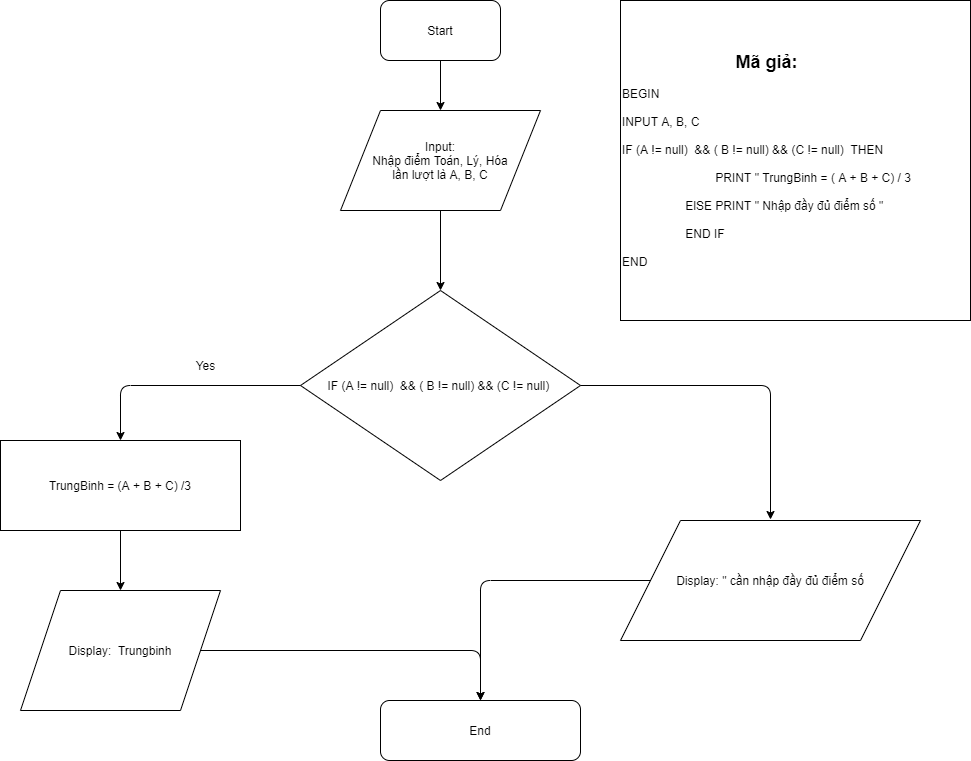
This is Tinh_diem _trung_binh.png from hanayuki1306/C0320G1-NguyenPhiSon-Nhap_Mon_Lap_Trinh, a draw.io export, as it was before one commit. Source tidied: cells renumbered, new cells last; positions are measured from the earlier drawing's top-left corner, leaving out a move shared by most shapes. Source of this version:
```xml
<mxGraphModel background="#ffffff">
  <root>
    <mxCell id="0" />
    <mxCell id="1" parent="0" />
    <mxCell id="2" value="Start" style="rounded=1;whiteSpace=wrap;html=1;" parent="1" vertex="1">
      <mxGeometry x="380" width="120" height="60" as="geometry" />
    </mxCell>
    <mxCell id="3" value="Input:&lt;br&gt;Nhập điểm Toán, Lý, Hóa&lt;br&gt;lần lượt là A, B, C" style="shape=parallelogram;perimeter=parallelogramPerimeter;whiteSpace=wrap;html=1;" parent="1" vertex="1">
      <mxGeometry x="340" y="110" width="200" height="100" as="geometry" />
    </mxCell>
    <mxCell id="4" value="IF (A != null)&amp;nbsp; &amp;amp;&amp;amp; ( B != null) &amp;amp;&amp;amp; (C != null)&amp;nbsp;" style="rhombus;whiteSpace=wrap;html=1;" parent="1" vertex="1">
      <mxGeometry x="300" y="290" width="280" height="190" as="geometry" />
    </mxCell>
    <mxCell id="5" value="Display:&amp;nbsp; Trungbinh" style="shape=parallelogram;perimeter=parallelogramPerimeter;whiteSpace=wrap;html=1;" parent="1" vertex="1">
      <mxGeometry x="20" y="590" width="200" height="120" as="geometry" />
    </mxCell>
    <mxCell id="6" value="Display: &quot; cần nhập đầy đủ điểm số" style="shape=parallelogram;perimeter=parallelogramPerimeter;whiteSpace=wrap;html=1;" parent="1" vertex="1">
      <mxGeometry x="620" y="520" width="300" height="120" as="geometry" />
    </mxCell>
    <mxCell id="7" value="TrungBinh = (A + B + C) /3" style="rounded=0;whiteSpace=wrap;html=1;" parent="1" vertex="1">
      <mxGeometry y="440" width="240" height="90" as="geometry" />
    </mxCell>
    <mxCell id="8" style="endArrow=classic;html=1;exitX=0.5;exitY=1;exitDx=0;exitDy=0;entryX=0.5;entryY=0;entryDx=0;entryDy=0;" parent="1" edge="1" source="2" target="3">
      <mxGeometry relative="1" as="geometry" />
    </mxCell>
    <mxCell id="9" style="endArrow=classic;html=1;exitX=0.5;exitY=1;exitDx=0;exitDy=0;entryX=0.5;entryY=0;entryDx=0;entryDy=0;" parent="1" edge="1" source="3" target="4">
      <mxGeometry relative="1" as="geometry" />
    </mxCell>
    <mxCell id="10" style="endArrow=classic;html=1;exitX=0;exitY=0.5;exitDx=0;exitDy=0;entryX=0.5;entryY=0;entryDx=0;entryDy=0;" parent="1" edge="1" source="4" target="7">
      <mxGeometry relative="1" as="geometry">
        <Array as="points">
          <mxPoint x="120" y="385" />
        </Array>
      </mxGeometry>
    </mxCell>
    <mxCell id="11" value="Yes" style="text;html=1;align=center;verticalAlign=middle;" parent="1" vertex="1">
      <mxGeometry x="185" y="355" width="40" height="20" as="geometry" />
    </mxCell>
    <mxCell id="12" style="endArrow=classic;html=1;exitX=1;exitY=0.5;exitDx=0;exitDy=0;" parent="1" edge="1" source="4">
      <mxGeometry relative="1" as="geometry">
        <mxPoint x="770" y="519" as="targetPoint" />
        <Array as="points">
          <mxPoint x="770" y="385" />
        </Array>
      </mxGeometry>
    </mxCell>
    <mxCell id="13" style="endArrow=classic;html=1;exitX=0.5;exitY=1;exitDx=0;exitDy=0;entryX=0.5;entryY=0;entryDx=0;entryDy=0;" parent="1" edge="1" source="7" target="5">
      <mxGeometry relative="1" as="geometry" />
    </mxCell>
    <mxCell id="14" value="End" style="rounded=1;whiteSpace=wrap;html=1;" parent="1" vertex="1">
      <mxGeometry x="380" y="700" width="200" height="60" as="geometry" />
    </mxCell>
    <mxCell id="15" style="endArrow=classic;html=1;exitX=1;exitY=0.5;exitDx=0;exitDy=0;entryX=0.5;entryY=0;entryDx=0;entryDy=0;" parent="1" edge="1" source="5" target="14">
      <mxGeometry relative="1" as="geometry">
        <Array as="points">
          <mxPoint x="480" y="650" />
        </Array>
      </mxGeometry>
    </mxCell>
    <mxCell id="16" style="endArrow=classic;html=1;exitX=0;exitY=0.5;exitDx=0;exitDy=0;entryX=0.5;entryY=0;entryDx=0;entryDy=0;" parent="1" edge="1" source="6" target="14">
      <mxGeometry relative="1" as="geometry">
        <Array as="points">
          <mxPoint x="480" y="580" />
        </Array>
      </mxGeometry>
    </mxCell>
    <mxCell id="17" value="&lt;div style=&quot;text-align: center&quot;&gt;&lt;span&gt;&lt;b&gt;&lt;font style=&quot;font-size: 18px&quot;&gt;Mã giả:&lt;/font&gt;&lt;/b&gt;&lt;/span&gt;&lt;/div&gt;&lt;br&gt;BEGIN&lt;br&gt;&amp;nbsp;&lt;br&gt;&lt;div&gt;&lt;span&gt;INPUT A, B, C&lt;/span&gt;&lt;/div&gt;&lt;div&gt;&lt;span&gt;&lt;br&gt;&lt;/span&gt;&lt;/div&gt;&lt;span style=&quot;text-align: center&quot;&gt;IF (A != null)&amp;nbsp; &amp;amp;&amp;amp; ( B != null) &amp;amp;&amp;amp; (C != null)&amp;nbsp; THEN&amp;nbsp;&amp;nbsp;&lt;br&gt;&lt;br&gt;&amp;nbsp; &amp;nbsp; &amp;nbsp; &amp;nbsp; &amp;nbsp; &amp;nbsp; &amp;nbsp; &amp;nbsp; &amp;nbsp; &amp;nbsp; &amp;nbsp; &amp;nbsp; &amp;nbsp; &amp;nbsp; PRINT &quot; TrungBinh = ( A + B + C) / 3&lt;br&gt;&lt;br&gt;&amp;nbsp; &amp;nbsp; &amp;nbsp; &amp;nbsp; &amp;nbsp; &amp;nbsp; &amp;nbsp; &amp;nbsp; &amp;nbsp; &amp;nbsp;ElSE PRINT &quot; Nhập đầy đủ điểm số &quot;&lt;br&gt;&lt;br&gt;&amp;nbsp; &amp;nbsp; &amp;nbsp; &amp;nbsp; &amp;nbsp; &amp;nbsp; &amp;nbsp; &amp;nbsp; &amp;nbsp; &amp;nbsp;END IF&lt;br&gt;&lt;br&gt;END&amp;nbsp;&lt;br&gt;&lt;/span&gt;" style="rounded=0;whiteSpace=wrap;html=1;align=left;" parent="1" vertex="1">
      <mxGeometry x="620" width="350" height="320" as="geometry" />
    </mxCell>
  </root>
</mxGraphModel>
```
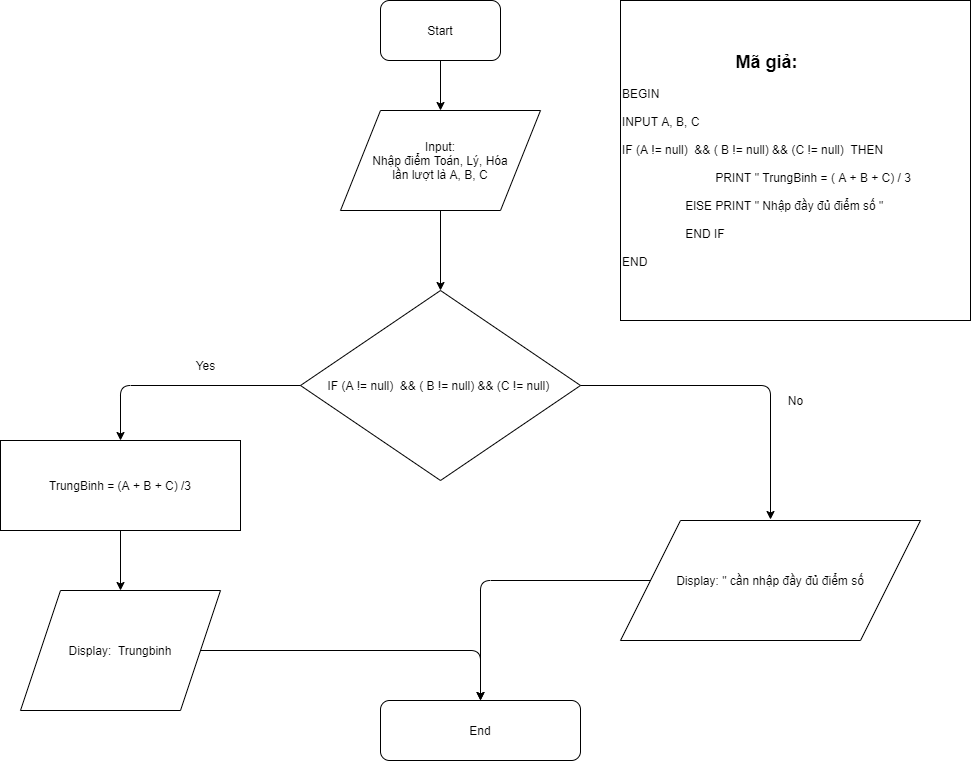
After the change.

Commit message:
change file tinh_diem_trung_binh

Diff of the diagram source:
```diff
@@ -67,5 +67,8 @@
     <mxCell id="17" value="&lt;div style=&quot;text-align: center&quot;&gt;&lt;span&gt;&lt;b&gt;&lt;font style=&quot;font-size: 18px&quot;&gt;Mã giả:&lt;/font&gt;&lt;/b&gt;&lt;/span&gt;&lt;/div&gt;&lt;br&gt;BEGIN&lt;br&gt;&amp;nbsp;&lt;br&gt;&lt;div&gt;&lt;span&gt;INPUT A, B, C&lt;/span&gt;&lt;/div&gt;&lt;div&gt;&lt;span&gt;&lt;br&gt;&lt;/span&gt;&lt;/div&gt;&lt;span style=&quot;text-align: center&quot;&gt;IF (A != null)&amp;nbsp; &amp;amp;&amp;amp; ( B != null) &amp;amp;&amp;amp; (C != null)&amp;nbsp; THEN&amp;nbsp;&amp;nbsp;&lt;br&gt;&lt;br&gt;&amp;nbsp; &amp;nbsp; &amp;nbsp; &amp;nbsp; &amp;nbsp; &amp;nbsp; &amp;nbsp; &amp;nbsp; &amp;nbsp; &amp;nbsp; &amp;nbsp; &amp;nbsp; &amp;nbsp; &amp;nbsp; PRINT &quot; TrungBinh = ( A + B + C) / 3&lt;br&gt;&lt;br&gt;&amp;nbsp; &amp;nbsp; &amp;nbsp; &amp;nbsp; &amp;nbsp; &amp;nbsp; &amp;nbsp; &amp;nbsp; &amp;nbsp; &amp;nbsp;ElSE PRINT &quot; Nhập đầy đủ điểm số &quot;&lt;br&gt;&lt;br&gt;&amp;nbsp; &amp;nbsp; &amp;nbsp; &amp;nbsp; &amp;nbsp; &amp;nbsp; &amp;nbsp; &amp;nbsp; &amp;nbsp; &amp;nbsp;END IF&lt;br&gt;&lt;br&gt;END&amp;nbsp;&lt;br&gt;&lt;/span&gt;" style="rounded=0;whiteSpace=wrap;html=1;align=left;" parent="1" vertex="1">
       <mxGeometry x="620" width="350" height="320" as="geometry" />
     </mxCell>
+    <mxCell id="18" value="No" style="text;html=1;align=center;verticalAlign=middle;" parent="1" vertex="1">
+      <mxGeometry x="780" y="390" width="30" height="20" as="geometry" />
+    </mxCell>
   </root>
 </mxGraphModel>
```
